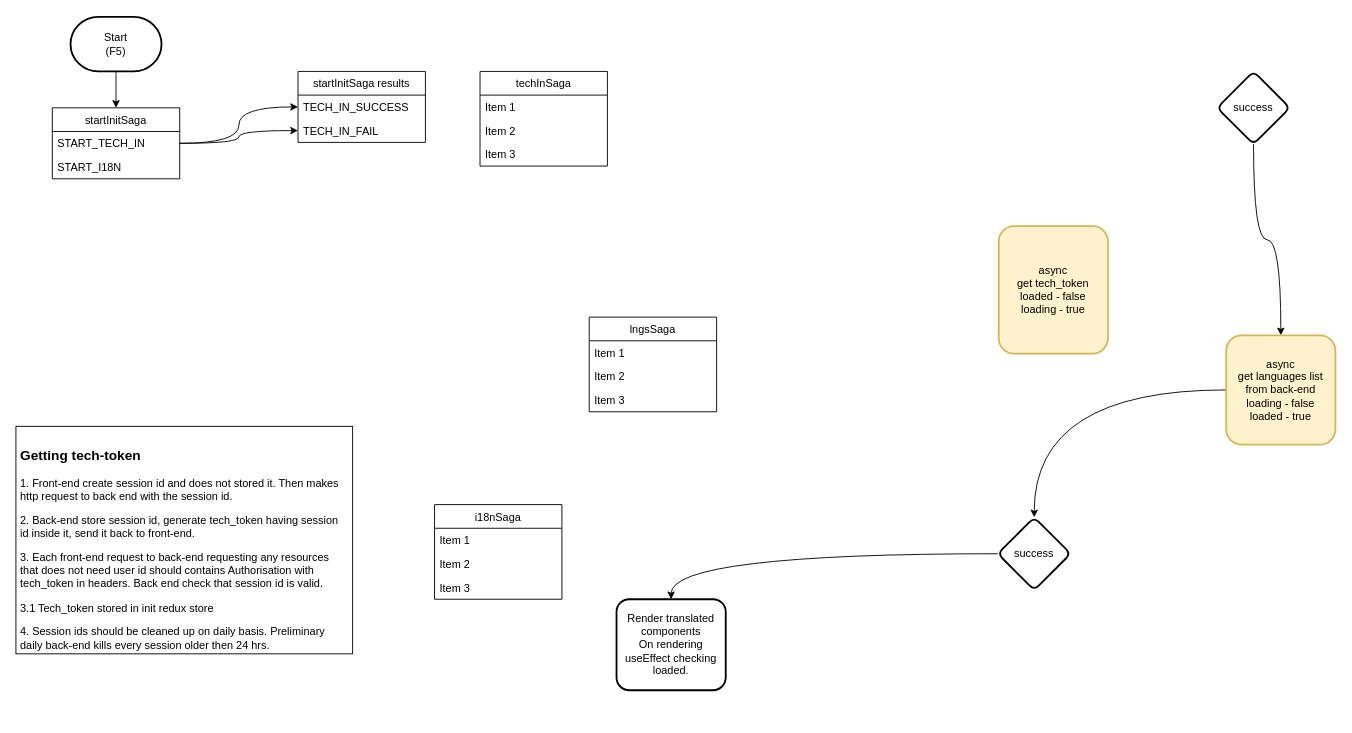
Sergey190309/220415-market-caffee keeps this draw.io diagram as page "tech init" (5 of 12) of market-coffee.drawio. Above is the earlier version. Source tidied: cells renumbered, new cells numbered last; positions are measured from the earlier drawing's top-left corner, leaving out a move shared by most shapes. Both pictures are drawn from the tidied source at 91%, with x=0, y=0 at pixel (15, 16).
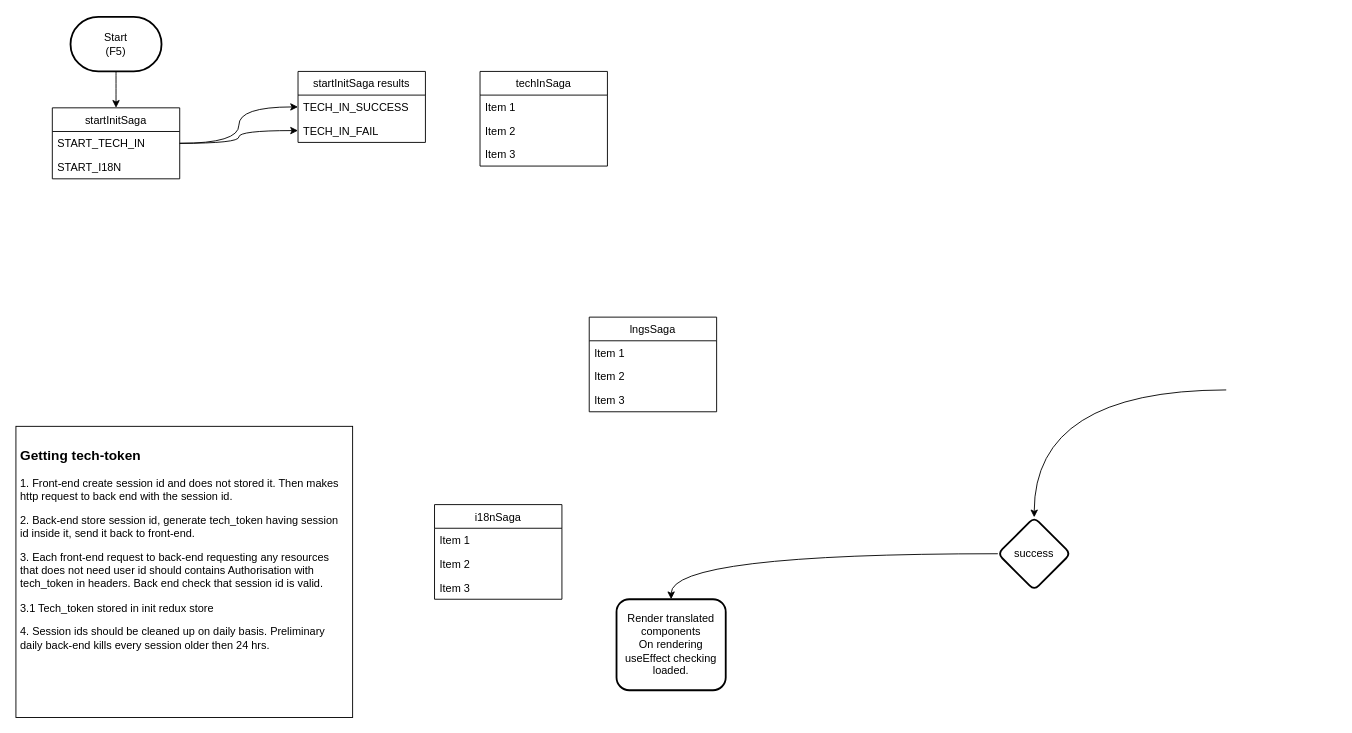
After the change.

The change refers to these unchanged cells:
```xml
<mxCell id="10" value="success" style="rhombus;whiteSpace=wrap;html=1;rounded=1;strokeWidth=2;arcSize=14;" parent="1" vertex="1">
  <mxGeometry x="1079" y="550" width="80" height="80" as="geometry" />
</mxCell>
```

Diff of the diagram source:
```diff
@@
-    <mxCell id="4" style="edgeStyle=orthogonalEdgeStyle;rounded=0;jettySize=auto;html=1;curved=1;" parent="1" edge="1" source="5" target="7">
-      <mxGeometry relative="1" as="geometry" />
-    </mxCell>
-    <mxCell id="5" value="success" style="rhombus;whiteSpace=wrap;html=1;rounded=1;strokeWidth=2;arcSize=14;" parent="1" vertex="1">
-      <mxGeometry x="1320" y="60" width="80" height="80" as="geometry" />
-    </mxCell>
-    <mxCell id="6" style="edgeStyle=orthogonalEdgeStyle;rounded=0;jettySize=auto;html=1;curved=1;" parent="1" edge="1" source="7" target="10">
-      <mxGeometry relative="1" as="geometry" />
+    <mxCell id="6" style="edgeStyle=orthogonalEdgeStyle;rounded=0;jettySize=auto;html=1;curved=1;" parent="1" edge="1" target="10">
+      <mxGeometry relative="1" as="geometry">
+        <mxPoint x="1330" y="410" as="sourcePoint" />
+      </mxGeometry>
     </mxCell>
-    <mxCell id="7" value="async&lt;br&gt;get languages list&lt;br&gt;from back-end&lt;br&gt;loading - false&lt;br&gt;loaded - true" style="whiteSpace=wrap;html=1;rounded=1;strokeWidth=2;arcSize=14;fillColor=#fff2cc;strokeColor=#d6b656;" parent="1" vertex="1">
-      <mxGeometry x="1330" y="350" width="120" height="120" as="geometry" />
-    </mxCell>
-    <mxCell id="8" value="async&lt;br&gt;get tech_token&lt;br&gt;loaded - false&lt;br&gt;loading - true" style="whiteSpace=wrap;html=1;rounded=1;strokeWidth=2;arcSize=14;fillColor=#fff2cc;strokeColor=#d6b656;" parent="1" vertex="1">
-      <mxGeometry x="1080" y="230" width="120" height="140" as="geometry" />
-    </mxCell>
@@
     <mxCell id="33" value="&lt;h3&gt;&lt;font style=&quot;font-size: 15px&quot;&gt;Getting tech-token&amp;nbsp;&lt;/font&gt;&lt;/h3&gt;&lt;p&gt;&lt;font face=&quot;Helvetica&quot;&gt;1. Front-end create session id and does not stored it. Then makes http request to back end with the session id.&lt;/font&gt;&lt;/p&gt;&lt;p&gt;&lt;font face=&quot;Helvetica&quot;&gt;2. Back-end store session id, generate tech_token having session id inside it, send it back to front-end.&lt;/font&gt;&lt;/p&gt;&lt;p&gt;&lt;font face=&quot;Helvetica&quot;&gt;3. Each front-end request to back-end requesting any resources that does not need user id should contains Authorisation with tech_token in headers. Back end check that session id is valid.&lt;/font&gt;&lt;/p&gt;&lt;p&gt;&lt;font face=&quot;Helvetica&quot;&gt;3.1 Tech_token stored in init redux store&lt;/font&gt;&lt;/p&gt;&lt;p&gt;&lt;font face=&quot;Helvetica&quot;&gt;4. Session ids should be cleaned up on daily basis. Preliminary daily back-end kills every session older then 24 hrs.&lt;/font&gt;&lt;/p&gt;" style="text;fillColor=none;spacing=5;spacingTop=0;overflow=hidden;rounded=0;whiteSpace=wrap;html=1;verticalAlign=top;align=left;horizontal=1;strokeColor=#000000;" parent="32" vertex="1">
-      <mxGeometry y="450" width="370" height="250" as="geometry" />
+      <mxGeometry y="450" width="370" height="320" as="geometry" />
     </mxCell>
```
